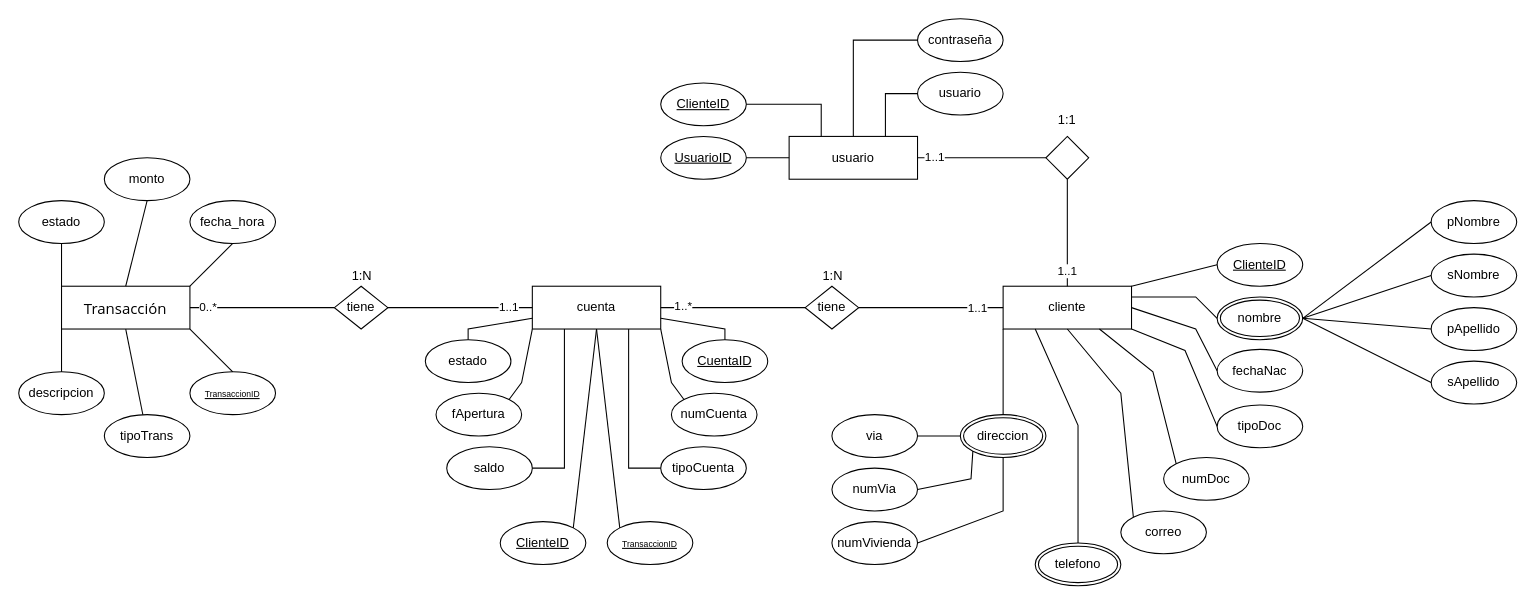
Earlier version of the draw.io diagram page "proyec-bank" (5 of 6) of Programacion-Software/data-base/trabajos/Diagrama sin título.drawio (JDFrontEnd/programacion-software-sena). Source tidied: cells renumbered, new cells numbered last; positions are measured from the earlier drawing's top-left corner, leaving out a move shared by most shapes. Both pictures are drawn from the tidied source at 107%, with x=0, y=0 at pixel (18, 18).
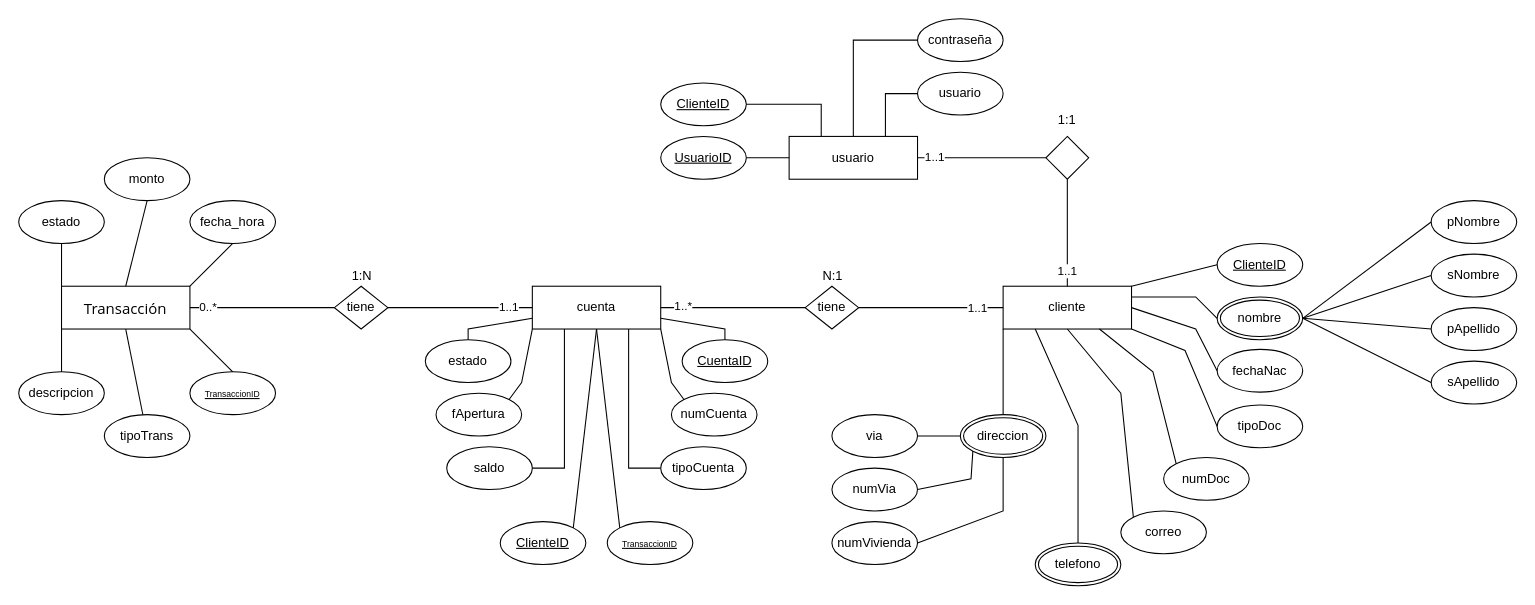
Above is the later version.

The edit, as a diff of the source:
```diff
@@
-    <mxCell id="21" value="1:N" style="text;html=1;whiteSpace=wrap;strokeColor=none;fillColor=none;align=center;verticalAlign=middle;rounded=0;" parent="1" vertex="1">
+    <mxCell id="21" value="N:1" style="text;html=1;whiteSpace=wrap;strokeColor=none;fillColor=none;align=center;verticalAlign=middle;rounded=0;" parent="1" vertex="1">
       <mxGeometry x="731" y="226" width="60" height="30" as="geometry" />
     </mxCell>
```
